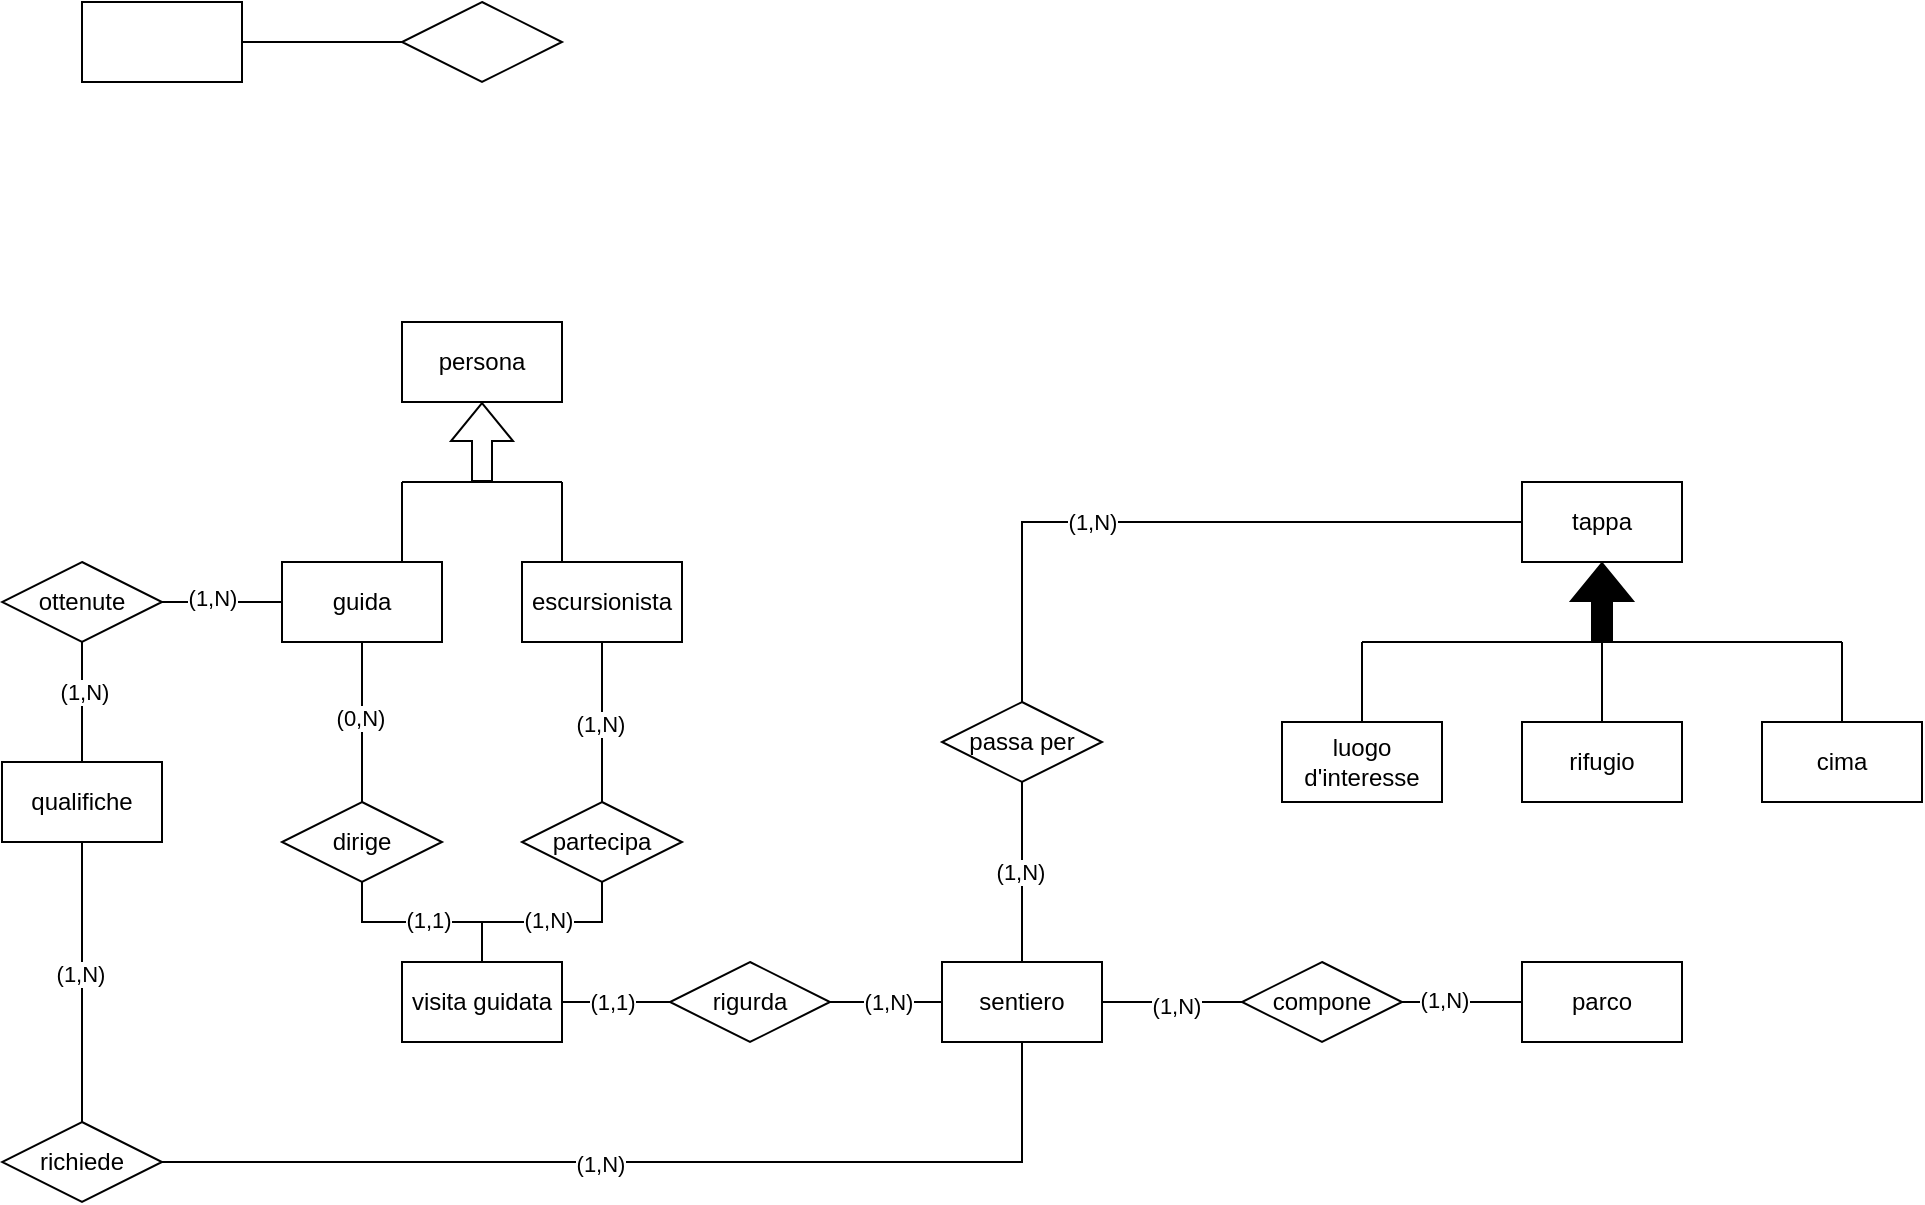
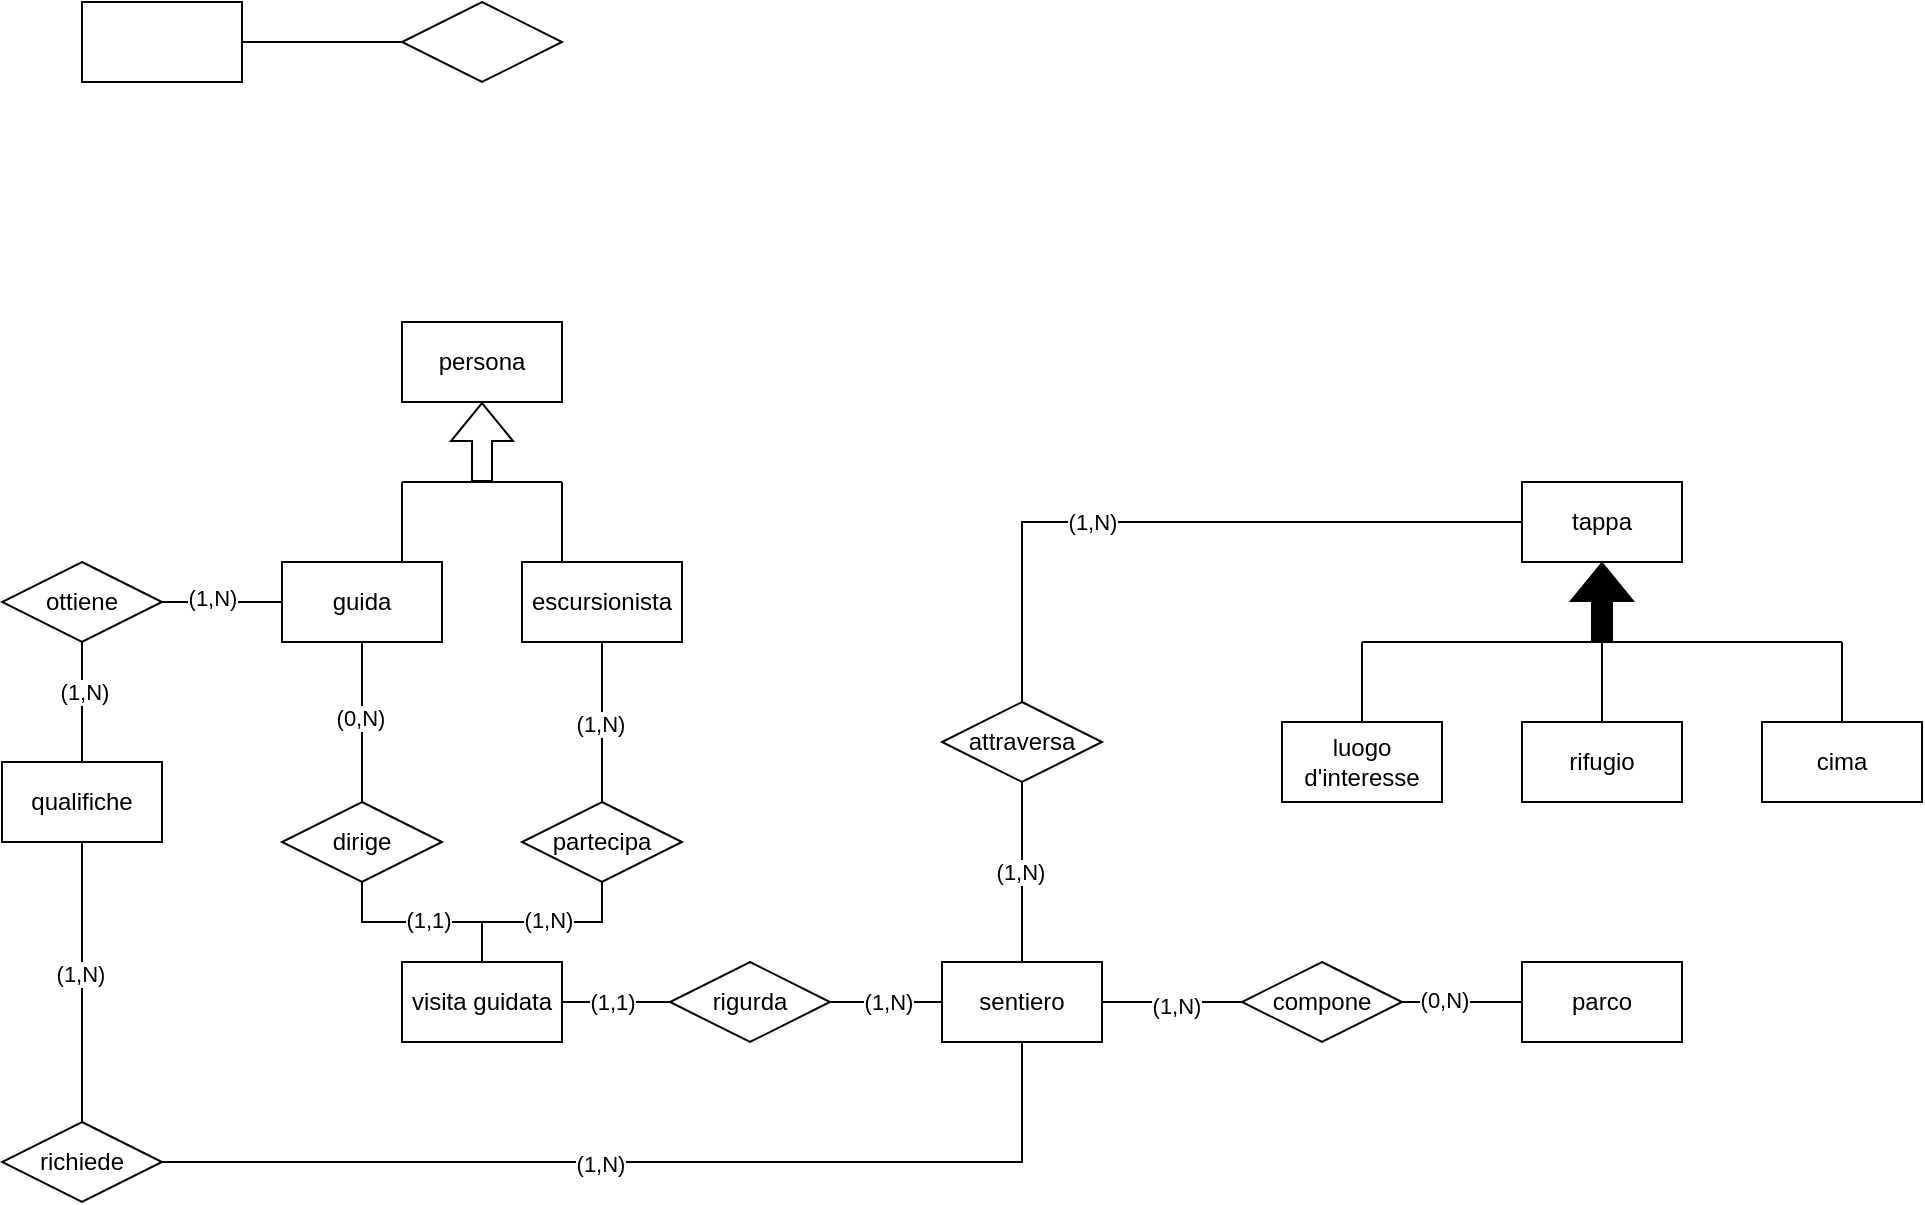
<mxfile host="app.diagrams.net">
  <diagram name="Pagina-1" id="CSESWwrJUxSe0sGHMO1a">
-     <mxGraphModel dx="1023" dy="1243" grid="1" gridSize="10" guides="1" tooltips="1" connect="1" arrows="1" fold="1" page="1" pageScale="1" pageWidth="827" pageHeight="1169" math="0" shadow="0">
+     <mxGraphModel dx="1103" dy="580" grid="1" gridSize="10" guides="1" tooltips="1" connect="1" arrows="1" fold="1" page="1" pageScale="1" pageWidth="827" pageHeight="1169" math="0" shadow="0">
      <root>
        <mxCell id="0" />
        <mxCell id="1" parent="0" />
        <mxCell id="b_x4sNb3qKZ5kGKKdVE0-1" parent="1" style="rounded=0;whiteSpace=wrap;html=1;" value="" vertex="1">
          <mxGeometry height="40" width="80" x="80" y="80" as="geometry" />
        </mxCell>
        <mxCell id="b_x4sNb3qKZ5kGKKdVE0-2" parent="1" style="rhombus;whiteSpace=wrap;html=1;" value="" vertex="1">
          <mxGeometry height="40" width="80" x="240" y="80" as="geometry" />
        </mxCell>
        <mxCell id="b_x4sNb3qKZ5kGKKdVE0-3" edge="1" parent="1" source="b_x4sNb3qKZ5kGKKdVE0-1" style="endArrow=none;html=1;rounded=0;exitX=1;exitY=0.5;exitDx=0;exitDy=0;entryX=0;entryY=0.5;entryDx=0;entryDy=0;" target="b_x4sNb3qKZ5kGKKdVE0-2" value="">
          <mxGeometry height="50" relative="1" width="50" as="geometry">
            <Array as="points" />
            <mxPoint x="390" y="550" as="sourcePoint" />
            <mxPoint x="440" y="500" as="targetPoint" />
          </mxGeometry>
        </mxCell>
        <mxCell id="b_x4sNb3qKZ5kGKKdVE0-4" parent="1" style="rounded=0;whiteSpace=wrap;html=1;" value="persona" vertex="1">
          <mxGeometry height="40" width="80" x="240" y="240" as="geometry" />
        </mxCell>
        <mxCell id="b_x4sNb3qKZ5kGKKdVE0-7" edge="1" parent="1" style="shape=flexArrow;endArrow=classic;html=1;rounded=0;entryX=0.5;entryY=1;entryDx=0;entryDy=0;" target="b_x4sNb3qKZ5kGKKdVE0-4" value="">
          <mxGeometry height="50" relative="1" width="50" as="geometry">
            <mxPoint x="280" y="320" as="sourcePoint" />
            <mxPoint x="600" y="540" as="targetPoint" />
          </mxGeometry>
        </mxCell>
        <mxCell id="b_x4sNb3qKZ5kGKKdVE0-8" edge="1" parent="1" style="endArrow=none;html=1;rounded=0;" value="">
          <mxGeometry height="50" relative="1" width="50" as="geometry">
            <mxPoint x="240" y="320" as="sourcePoint" />
            <mxPoint x="320" y="320" as="targetPoint" />
          </mxGeometry>
        </mxCell>
        <mxCell id="b_x4sNb3qKZ5kGKKdVE0-25" edge="1" parent="1" source="b_x4sNb3qKZ5kGKKdVE0-9" style="edgeStyle=orthogonalEdgeStyle;rounded=0;orthogonalLoop=1;jettySize=auto;html=1;exitX=0.5;exitY=1;exitDx=0;exitDy=0;entryX=0.5;entryY=0;entryDx=0;entryDy=0;endArrow=none;endFill=0;" target="b_x4sNb3qKZ5kGKKdVE0-22">
          <mxGeometry relative="1" as="geometry" />
        </mxCell>
        <mxCell id="b_x4sNb3qKZ5kGKKdVE0-33" connectable="0" parent="b_x4sNb3qKZ5kGKKdVE0-25" style="edgeLabel;html=1;align=center;verticalAlign=middle;resizable=0;points=[];" value="(0,N)" vertex="1">
          <mxGeometry relative="1" x="-0.055" y="-1" as="geometry">
            <mxPoint as="offset" />
          </mxGeometry>
        </mxCell>
        <mxCell id="b_x4sNb3qKZ5kGKKdVE0-9" parent="1" style="rounded=0;whiteSpace=wrap;html=1;" value="guida" vertex="1">
          <mxGeometry height="40" width="80" x="180" y="360" as="geometry" />
        </mxCell>
        <mxCell id="b_x4sNb3qKZ5kGKKdVE0-24" edge="1" parent="1" source="b_x4sNb3qKZ5kGKKdVE0-10" style="edgeStyle=orthogonalEdgeStyle;rounded=0;orthogonalLoop=1;jettySize=auto;html=1;exitX=0.5;exitY=1;exitDx=0;exitDy=0;entryX=0.5;entryY=0;entryDx=0;entryDy=0;endArrow=none;endFill=0;" target="b_x4sNb3qKZ5kGKKdVE0-23">
          <mxGeometry relative="1" as="geometry" />
        </mxCell>
        <mxCell id="b_x4sNb3qKZ5kGKKdVE0-34" connectable="0" parent="b_x4sNb3qKZ5kGKKdVE0-24" style="edgeLabel;html=1;align=center;verticalAlign=middle;resizable=0;points=[];" value="(1,N)" vertex="1">
          <mxGeometry relative="1" x="0.02" y="-1" as="geometry">
            <mxPoint as="offset" />
          </mxGeometry>
        </mxCell>
        <mxCell id="b_x4sNb3qKZ5kGKKdVE0-10" parent="1" style="rounded=0;whiteSpace=wrap;html=1;" value="escursionista" vertex="1">
          <mxGeometry height="40" width="80" x="300" y="360" as="geometry" />
        </mxCell>
        <mxCell id="b_x4sNb3qKZ5kGKKdVE0-11" edge="1" parent="1" source="b_x4sNb3qKZ5kGKKdVE0-10" style="endArrow=none;html=1;rounded=0;exitX=0.25;exitY=0;exitDx=0;exitDy=0;" value="">
          <mxGeometry height="50" relative="1" width="50" as="geometry">
            <mxPoint x="550" y="590" as="sourcePoint" />
            <mxPoint x="320" y="320" as="targetPoint" />
          </mxGeometry>
        </mxCell>
        <mxCell id="b_x4sNb3qKZ5kGKKdVE0-12" edge="1" parent="1" source="b_x4sNb3qKZ5kGKKdVE0-9" style="endArrow=none;html=1;rounded=0;exitX=0.75;exitY=0;exitDx=0;exitDy=0;" value="">
          <mxGeometry height="50" relative="1" width="50" as="geometry">
            <mxPoint x="550" y="590" as="sourcePoint" />
            <mxPoint x="240" y="320" as="targetPoint" />
          </mxGeometry>
        </mxCell>
        <mxCell id="b_x4sNb3qKZ5kGKKdVE0-13" edge="1" parent="1" source="b_x4sNb3qKZ5kGKKdVE0-14" style="endArrow=none;html=1;rounded=0;entryX=0;entryY=0.5;entryDx=0;entryDy=0;exitX=1;exitY=0.5;exitDx=0;exitDy=0;" target="b_x4sNb3qKZ5kGKKdVE0-9" value="">
          <mxGeometry height="50" relative="1" width="50" as="geometry">
            <mxPoint x="220" y="440" as="sourcePoint" />
            <mxPoint x="600" y="540" as="targetPoint" />
          </mxGeometry>
        </mxCell>
        <mxCell id="b_x4sNb3qKZ5kGKKdVE0-18" connectable="0" parent="b_x4sNb3qKZ5kGKKdVE0-13" style="edgeLabel;html=1;align=center;verticalAlign=middle;resizable=0;points=[];" value="(1,N)" vertex="1">
          <mxGeometry relative="1" x="-0.1677" y="2" as="geometry">
            <mxPoint as="offset" />
          </mxGeometry>
        </mxCell>
-         <mxCell id="b_x4sNb3qKZ5kGKKdVE0-14" parent="1" style="rhombus;whiteSpace=wrap;html=1;" value="ottenute" vertex="1">
+         <mxCell id="b_x4sNb3qKZ5kGKKdVE0-14" parent="1" style="rhombus;whiteSpace=wrap;html=1;" value="ottiene" vertex="1">
          <mxGeometry height="40" width="80" x="40" y="360" as="geometry" />
        </mxCell>
        <mxCell id="b_x4sNb3qKZ5kGKKdVE0-15" edge="1" parent="1" source="b_x4sNb3qKZ5kGKKdVE0-16" style="endArrow=none;html=1;rounded=0;entryX=0.5;entryY=1;entryDx=0;entryDy=0;" target="b_x4sNb3qKZ5kGKKdVE0-14" value="">
          <mxGeometry height="50" relative="1" width="50" as="geometry">
            <mxPoint x="80" y="480" as="sourcePoint" />
            <mxPoint x="600" y="540" as="targetPoint" />
          </mxGeometry>
        </mxCell>
        <mxCell id="b_x4sNb3qKZ5kGKKdVE0-19" connectable="0" parent="b_x4sNb3qKZ5kGKKdVE0-15" style="edgeLabel;html=1;align=center;verticalAlign=middle;resizable=0;points=[];" value="(1,N)" vertex="1">
          <mxGeometry relative="1" x="0.1689" y="-1" as="geometry">
            <mxPoint as="offset" />
          </mxGeometry>
        </mxCell>
        <mxCell id="b_x4sNb3qKZ5kGKKdVE0-20" edge="1" parent="1" style="endArrow=none;html=1;rounded=0;entryX=0.5;entryY=1;entryDx=0;entryDy=0;" target="b_x4sNb3qKZ5kGKKdVE0-16" value="">
          <mxGeometry height="50" relative="1" width="50" as="geometry">
            <mxPoint x="80" y="480" as="sourcePoint" />
            <mxPoint x="80" y="400" as="targetPoint" />
          </mxGeometry>
        </mxCell>
        <mxCell id="b_x4sNb3qKZ5kGKKdVE0-16" parent="1" style="rounded=0;whiteSpace=wrap;html=1;" value="qualifiche" vertex="1">
          <mxGeometry height="40" width="80" x="40" y="460" as="geometry" />
        </mxCell>
        <mxCell id="b_x4sNb3qKZ5kGKKdVE0-30" edge="1" parent="1" source="b_x4sNb3qKZ5kGKKdVE0-22" style="edgeStyle=orthogonalEdgeStyle;rounded=0;orthogonalLoop=1;jettySize=auto;html=1;exitX=0.5;exitY=1;exitDx=0;exitDy=0;entryX=0.5;entryY=0;entryDx=0;entryDy=0;endArrow=none;endFill=0;" target="b_x4sNb3qKZ5kGKKdVE0-27">
          <mxGeometry relative="1" as="geometry" />
        </mxCell>
        <mxCell id="b_x4sNb3qKZ5kGKKdVE0-32" connectable="0" parent="b_x4sNb3qKZ5kGKKdVE0-30" style="edgeLabel;html=1;align=center;verticalAlign=middle;resizable=0;points=[];" value="(1,1)" vertex="1">
          <mxGeometry relative="1" x="0.0467" y="1" as="geometry">
            <mxPoint as="offset" />
          </mxGeometry>
        </mxCell>
        <mxCell id="b_x4sNb3qKZ5kGKKdVE0-22" parent="1" style="rhombus;whiteSpace=wrap;html=1;" value="dirige" vertex="1">
          <mxGeometry height="40" width="80" x="180" y="480" as="geometry" />
        </mxCell>
        <mxCell id="b_x4sNb3qKZ5kGKKdVE0-29" edge="1" parent="1" source="b_x4sNb3qKZ5kGKKdVE0-23" style="edgeStyle=orthogonalEdgeStyle;rounded=0;orthogonalLoop=1;jettySize=auto;html=1;exitX=0.5;exitY=1;exitDx=0;exitDy=0;entryX=0.5;entryY=0;entryDx=0;entryDy=0;endArrow=none;endFill=0;" target="b_x4sNb3qKZ5kGKKdVE0-27">
          <mxGeometry relative="1" as="geometry">
            <mxPoint x="340" y="560" as="targetPoint" />
          </mxGeometry>
        </mxCell>
        <mxCell id="b_x4sNb3qKZ5kGKKdVE0-31" connectable="0" parent="b_x4sNb3qKZ5kGKKdVE0-29" style="edgeLabel;html=1;align=center;verticalAlign=middle;resizable=0;points=[];" value="(1,N)" vertex="1">
          <mxGeometry relative="1" x="-0.0467" y="-1" as="geometry">
            <mxPoint as="offset" />
          </mxGeometry>
        </mxCell>
        <mxCell id="b_x4sNb3qKZ5kGKKdVE0-23" parent="1" style="rhombus;whiteSpace=wrap;html=1;" value="partecipa" vertex="1">
          <mxGeometry height="40" width="80" x="300" y="480" as="geometry" />
        </mxCell>
        <mxCell id="b_x4sNb3qKZ5kGKKdVE0-37" edge="1" parent="1" source="b_x4sNb3qKZ5kGKKdVE0-27" style="edgeStyle=orthogonalEdgeStyle;rounded=0;orthogonalLoop=1;jettySize=auto;html=1;exitX=1;exitY=0.5;exitDx=0;exitDy=0;entryX=0;entryY=0.5;entryDx=0;entryDy=0;endArrow=none;endFill=0;" target="b_x4sNb3qKZ5kGKKdVE0-36">
          <mxGeometry relative="1" as="geometry" />
        </mxCell>
        <mxCell id="b_x4sNb3qKZ5kGKKdVE0-38" connectable="0" parent="b_x4sNb3qKZ5kGKKdVE0-37" style="edgeLabel;html=1;align=center;verticalAlign=middle;resizable=0;points=[];" value="(1,1)" vertex="1">
          <mxGeometry relative="1" x="-0.0986" as="geometry">
            <mxPoint as="offset" />
          </mxGeometry>
        </mxCell>
        <mxCell id="b_x4sNb3qKZ5kGKKdVE0-27" parent="1" style="rounded=0;whiteSpace=wrap;html=1;" value="visita guidata" vertex="1">
          <mxGeometry height="40" width="80" x="240" y="560" as="geometry" />
        </mxCell>
        <mxCell id="b_x4sNb3qKZ5kGKKdVE0-45" edge="1" parent="1" source="b_x4sNb3qKZ5kGKKdVE0-35" style="edgeStyle=orthogonalEdgeStyle;rounded=0;orthogonalLoop=1;jettySize=auto;html=1;endArrow=none;endFill=0;" target="b_x4sNb3qKZ5kGKKdVE0-43" value="">
          <mxGeometry relative="1" as="geometry" />
        </mxCell>
        <mxCell id="b_x4sNb3qKZ5kGKKdVE0-47" connectable="0" parent="b_x4sNb3qKZ5kGKKdVE0-45" style="edgeLabel;html=1;align=center;verticalAlign=middle;resizable=0;points=[];" value="(1,N)" vertex="1">
          <mxGeometry relative="1" x="0.005" y="1" as="geometry">
            <mxPoint as="offset" />
          </mxGeometry>
        </mxCell>
        <mxCell id="b_x4sNb3qKZ5kGKKdVE0-58" edge="1" parent="1" source="b_x4sNb3qKZ5kGKKdVE0-35" style="edgeStyle=orthogonalEdgeStyle;rounded=0;orthogonalLoop=1;jettySize=auto;html=1;exitX=0.5;exitY=1;exitDx=0;exitDy=0;entryX=1;entryY=0.5;entryDx=0;entryDy=0;endArrow=none;endFill=0;" target="b_x4sNb3qKZ5kGKKdVE0-57">
          <mxGeometry relative="1" as="geometry" />
        </mxCell>
        <mxCell id="b_x4sNb3qKZ5kGKKdVE0-60" connectable="0" parent="b_x4sNb3qKZ5kGKKdVE0-58" style="edgeLabel;html=1;align=center;verticalAlign=middle;resizable=0;points=[];" value="(1,N)" vertex="1">
          <mxGeometry relative="1" x="0.1088" y="1" as="geometry">
            <mxPoint as="offset" />
          </mxGeometry>
        </mxCell>
        <mxCell id="b_x4sNb3qKZ5kGKKdVE0-35" parent="1" style="rounded=0;whiteSpace=wrap;html=1;" value="sentiero" vertex="1">
          <mxGeometry height="40" width="80" x="510" y="560" as="geometry" />
        </mxCell>
        <mxCell id="b_x4sNb3qKZ5kGKKdVE0-39" edge="1" parent="1" source="b_x4sNb3qKZ5kGKKdVE0-36" style="edgeStyle=orthogonalEdgeStyle;rounded=0;orthogonalLoop=1;jettySize=auto;html=1;exitX=1;exitY=0.5;exitDx=0;exitDy=0;entryX=0;entryY=0.5;entryDx=0;entryDy=0;endArrow=none;endFill=0;" target="b_x4sNb3qKZ5kGKKdVE0-35">
          <mxGeometry relative="1" as="geometry" />
        </mxCell>
        <mxCell id="b_x4sNb3qKZ5kGKKdVE0-42" connectable="0" parent="b_x4sNb3qKZ5kGKKdVE0-39" style="edgeLabel;html=1;align=center;verticalAlign=middle;resizable=0;points=[];" value="(1,N)" vertex="1">
          <mxGeometry relative="1" x="0.0405" as="geometry">
            <mxPoint as="offset" />
          </mxGeometry>
        </mxCell>
        <mxCell id="b_x4sNb3qKZ5kGKKdVE0-36" parent="1" style="rhombus;whiteSpace=wrap;html=1;" value="rigurda" vertex="1">
          <mxGeometry height="40" width="80" x="374" y="560" as="geometry" />
        </mxCell>
        <mxCell id="b_x4sNb3qKZ5kGKKdVE0-46" edge="1" parent="1" source="b_x4sNb3qKZ5kGKKdVE0-43" style="edgeStyle=orthogonalEdgeStyle;rounded=0;orthogonalLoop=1;jettySize=auto;html=1;exitX=0.5;exitY=0;exitDx=0;exitDy=0;entryX=0;entryY=0.5;entryDx=0;entryDy=0;endArrow=none;endFill=0;" target="b_x4sNb3qKZ5kGKKdVE0-44">
          <mxGeometry relative="1" as="geometry" />
        </mxCell>
        <mxCell id="b_x4sNb3qKZ5kGKKdVE0-48" connectable="0" parent="b_x4sNb3qKZ5kGKKdVE0-46" style="edgeLabel;html=1;align=center;verticalAlign=middle;resizable=0;points=[];" value="(1,N)" vertex="1">
          <mxGeometry relative="1" x="-0.2644" as="geometry">
            <mxPoint as="offset" />
          </mxGeometry>
        </mxCell>
-         <mxCell id="b_x4sNb3qKZ5kGKKdVE0-43" parent="1" style="rhombus;whiteSpace=wrap;html=1;" value="passa per" vertex="1">
+         <mxCell id="b_x4sNb3qKZ5kGKKdVE0-43" parent="1" style="rhombus;whiteSpace=wrap;html=1;" value="attraversa" vertex="1">
          <mxGeometry height="40" width="80" x="510" y="430" as="geometry" />
        </mxCell>
        <mxCell id="b_x4sNb3qKZ5kGKKdVE0-44" parent="1" style="rounded=0;whiteSpace=wrap;html=1;" value="tappa" vertex="1">
          <mxGeometry height="40" width="80" x="800" y="320" as="geometry" />
        </mxCell>
        <mxCell id="b_x4sNb3qKZ5kGKKdVE0-50" edge="1" parent="1" style="shape=flexArrow;endArrow=classic;html=1;rounded=0;entryX=0.5;entryY=1;entryDx=0;entryDy=0;fillColor=#000000;" target="b_x4sNb3qKZ5kGKKdVE0-44" value="">
          <mxGeometry height="50" relative="1" width="50" as="geometry">
            <mxPoint x="840" y="400" as="sourcePoint" />
            <mxPoint x="870" y="380" as="targetPoint" />
          </mxGeometry>
        </mxCell>
        <mxCell id="b_x4sNb3qKZ5kGKKdVE0-51" edge="1" parent="1" style="endArrow=none;html=1;rounded=0;" value="">
          <mxGeometry height="50" relative="1" width="50" as="geometry">
            <mxPoint x="720" y="400" as="sourcePoint" />
            <mxPoint x="960" y="400" as="targetPoint" />
          </mxGeometry>
        </mxCell>
        <mxCell id="b_x4sNb3qKZ5kGKKdVE0-52" edge="1" parent="1" source="b_x4sNb3qKZ5kGKKdVE0-63" style="endArrow=none;html=1;rounded=0;exitX=0.5;exitY=0;exitDx=0;exitDy=0;" value="">
          <mxGeometry height="50" relative="1" width="50" as="geometry">
            <mxPoint x="840" y="440" as="sourcePoint" />
            <mxPoint x="840" y="400" as="targetPoint" />
          </mxGeometry>
        </mxCell>
        <mxCell id="b_x4sNb3qKZ5kGKKdVE0-53" edge="1" parent="1" source="b_x4sNb3qKZ5kGKKdVE0-55" style="endArrow=none;html=1;rounded=0;exitX=0.5;exitY=0;exitDx=0;exitDy=0;" value="">
          <mxGeometry height="50" relative="1" width="50" as="geometry">
            <mxPoint x="780" y="420" as="sourcePoint" />
            <mxPoint x="720" y="400" as="targetPoint" />
          </mxGeometry>
        </mxCell>
        <mxCell id="b_x4sNb3qKZ5kGKKdVE0-54" edge="1" parent="1" source="b_x4sNb3qKZ5kGKKdVE0-62" style="endArrow=none;html=1;rounded=0;exitX=0.5;exitY=0;exitDx=0;exitDy=0;" value="">
          <mxGeometry height="50" relative="1" width="50" as="geometry">
            <mxPoint x="900" y="440" as="sourcePoint" />
            <mxPoint x="960" y="400" as="targetPoint" />
          </mxGeometry>
        </mxCell>
        <mxCell id="b_x4sNb3qKZ5kGKKdVE0-55" parent="1" style="rounded=0;whiteSpace=wrap;html=1;" value="luogo d&#39;interesse" vertex="1">
          <mxGeometry height="40" width="80" x="680" y="440" as="geometry" />
        </mxCell>
        <mxCell id="b_x4sNb3qKZ5kGKKdVE0-59" edge="1" parent="1" source="b_x4sNb3qKZ5kGKKdVE0-57" style="edgeStyle=orthogonalEdgeStyle;rounded=0;orthogonalLoop=1;jettySize=auto;html=1;exitX=0.5;exitY=0;exitDx=0;exitDy=0;entryX=0.5;entryY=1;entryDx=0;entryDy=0;endArrow=none;endFill=0;" target="b_x4sNb3qKZ5kGKKdVE0-16">
          <mxGeometry relative="1" as="geometry" />
        </mxCell>
        <mxCell id="b_x4sNb3qKZ5kGKKdVE0-61" connectable="0" parent="b_x4sNb3qKZ5kGKKdVE0-59" style="edgeLabel;html=1;align=center;verticalAlign=middle;resizable=0;points=[];" value="(1,N)" vertex="1">
          <mxGeometry relative="1" x="0.06" y="1" as="geometry">
            <mxPoint as="offset" />
          </mxGeometry>
        </mxCell>
        <mxCell id="b_x4sNb3qKZ5kGKKdVE0-57" parent="1" style="rhombus;whiteSpace=wrap;html=1;" value="richiede" vertex="1">
          <mxGeometry height="40" width="80" x="40" y="640" as="geometry" />
        </mxCell>
        <mxCell id="b_x4sNb3qKZ5kGKKdVE0-62" parent="1" style="rounded=0;whiteSpace=wrap;html=1;" value="cima" vertex="1">
          <mxGeometry height="40" width="80" x="920" y="440" as="geometry" />
        </mxCell>
        <mxCell id="b_x4sNb3qKZ5kGKKdVE0-63" parent="1" style="rounded=0;whiteSpace=wrap;html=1;" value="rifugio" vertex="1">
          <mxGeometry height="40" width="80" x="800" y="440" as="geometry" />
        </mxCell>
        <mxCell id="b_x4sNb3qKZ5kGKKdVE0-64" parent="1" style="rounded=0;whiteSpace=wrap;html=1;" value="parco" vertex="1">
          <mxGeometry height="40" width="80" x="800" y="560" as="geometry" />
        </mxCell>
        <mxCell id="b_x4sNb3qKZ5kGKKdVE0-67" edge="1" parent="1" source="b_x4sNb3qKZ5kGKKdVE0-66" style="edgeStyle=orthogonalEdgeStyle;rounded=0;orthogonalLoop=1;jettySize=auto;html=1;exitX=1;exitY=0.5;exitDx=0;exitDy=0;entryX=0;entryY=0.5;entryDx=0;entryDy=0;endArrow=none;endFill=0;" target="b_x4sNb3qKZ5kGKKdVE0-64">
          <mxGeometry relative="1" as="geometry" />
        </mxCell>
-         <mxCell id="b_x4sNb3qKZ5kGKKdVE0-71" connectable="0" parent="b_x4sNb3qKZ5kGKKdVE0-67" style="edgeLabel;html=1;align=center;verticalAlign=middle;resizable=0;points=[];" value="(1,N)" vertex="1">
+         <mxCell id="b_x4sNb3qKZ5kGKKdVE0-71" connectable="0" parent="b_x4sNb3qKZ5kGKKdVE0-67" style="edgeLabel;html=1;align=center;verticalAlign=middle;resizable=0;points=[];" value="(0,N)" vertex="1">
          <mxGeometry relative="1" x="-0.2999" y="1" as="geometry">
            <mxPoint as="offset" />
          </mxGeometry>
        </mxCell>
        <mxCell id="b_x4sNb3qKZ5kGKKdVE0-68" edge="1" parent="1" source="b_x4sNb3qKZ5kGKKdVE0-66" style="edgeStyle=orthogonalEdgeStyle;rounded=0;orthogonalLoop=1;jettySize=auto;html=1;exitX=0;exitY=0.5;exitDx=0;exitDy=0;entryX=1;entryY=0.5;entryDx=0;entryDy=0;endArrow=none;endFill=0;" target="b_x4sNb3qKZ5kGKKdVE0-35">
          <mxGeometry relative="1" as="geometry" />
        </mxCell>
        <mxCell id="b_x4sNb3qKZ5kGKKdVE0-69" connectable="0" parent="b_x4sNb3qKZ5kGKKdVE0-68" style="edgeLabel;html=1;align=center;verticalAlign=middle;resizable=0;points=[];" value="(1,N)" vertex="1">
          <mxGeometry relative="1" x="-0.0572" y="2" as="geometry">
            <mxPoint as="offset" />
          </mxGeometry>
        </mxCell>
        <mxCell id="b_x4sNb3qKZ5kGKKdVE0-66" parent="1" style="rhombus;whiteSpace=wrap;html=1;" value="compone" vertex="1">
          <mxGeometry height="40" width="80" x="660" y="560" as="geometry" />
        </mxCell>
      </root>
    </mxGraphModel>
  </diagram>
</mxfile>
